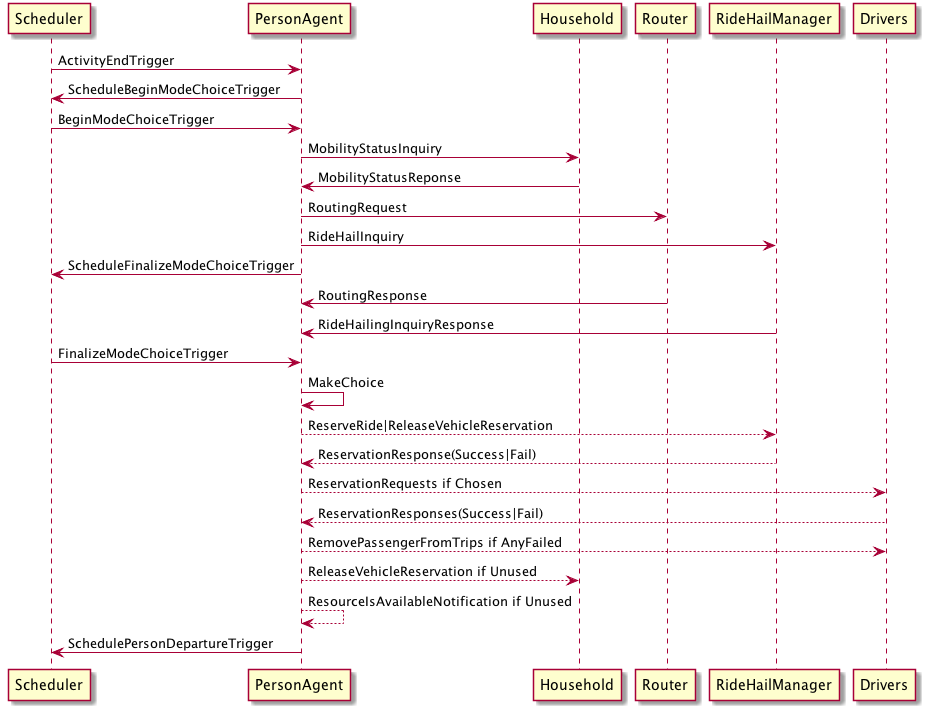
Above: docs/_static/uml/ProtocolChoosesMode.png in LBNL-UCB-STI/beam (PlantUML), before the change. Its diagram source:
```plantuml
@startuml
Scheduler -> PersonAgent: ActivityEndTrigger
PersonAgent -> Scheduler: ScheduleBeginModeChoiceTrigger
Scheduler -> PersonAgent: BeginModeChoiceTrigger
PersonAgent -> Household: MobilityStatusInquiry
Household -> PersonAgent: MobilityStatusReponse
PersonAgent -> Router: RoutingRequest
PersonAgent -> RideHailManager: RideHailInquiry
PersonAgent -> Scheduler: ScheduleFinalizeModeChoiceTrigger
Router -> PersonAgent: RoutingResponse
RideHailManager -> PersonAgent: RideHailingInquiryResponse
Scheduler -> PersonAgent: FinalizeModeChoiceTrigger
PersonAgent -> PersonAgent: MakeChoice
PersonAgent --> RideHailManager: ReserveRide|ReleaseVehicleReservation
RideHailManager --> PersonAgent: ReservationResponse(Success|Fail)
PersonAgent --> Drivers: ReservationRequests if Chosen
Drivers --> PersonAgent: ReservationResponses(Success|Fail)
PersonAgent --> Drivers: RemovePassengerFromTrips if AnyFailed
PersonAgent --> Household: ReleaseVehicleReservation if Unused
PersonAgent --> PersonAgent: ResourceIsAvailableNotification if Unused
PersonAgent -> Scheduler: SchedulePersonDepartureTrigger
@enduml
```
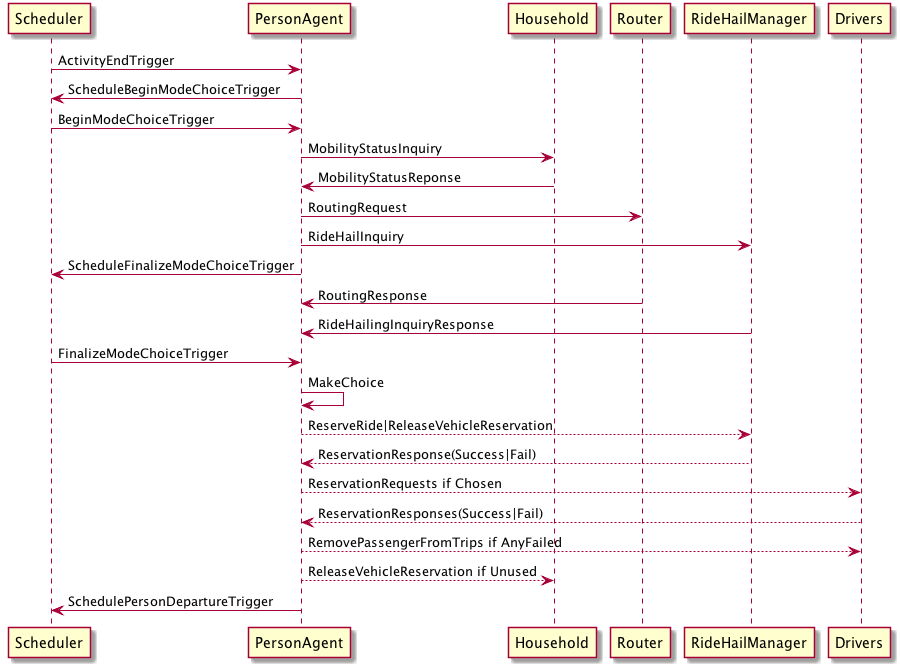
After the commit.

Commit message:
refining proposed driver protocol

The edit, as a diff of the source:
```diff
@@ -17,6 +17,5 @@
 Drivers --> PersonAgent: ReservationResponses(Success|Fail)
 PersonAgent --> Drivers: RemovePassengerFromTrips if AnyFailed
 PersonAgent --> Household: ReleaseVehicleReservation if Unused
-PersonAgent --> PersonAgent: ResourceIsAvailableNotification if Unused
 PersonAgent -> Scheduler: SchedulePersonDepartureTrigger
 @enduml
```
